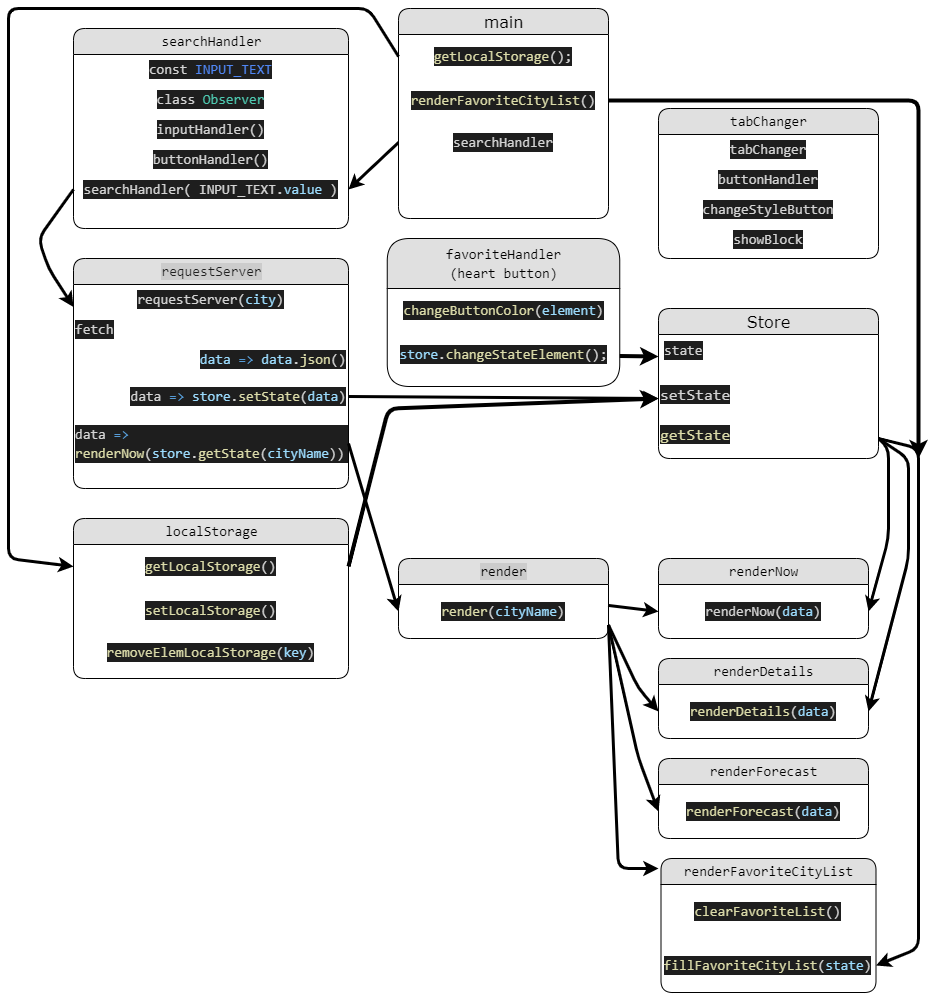
The draw.io diagram diagram.png in yrgenius/Strada.weather, before a commit. Source tidied: cells renumbered, new cells last; positions are measured from the earlier drawing's top-left corner, leaving out a move shared by most shapes.
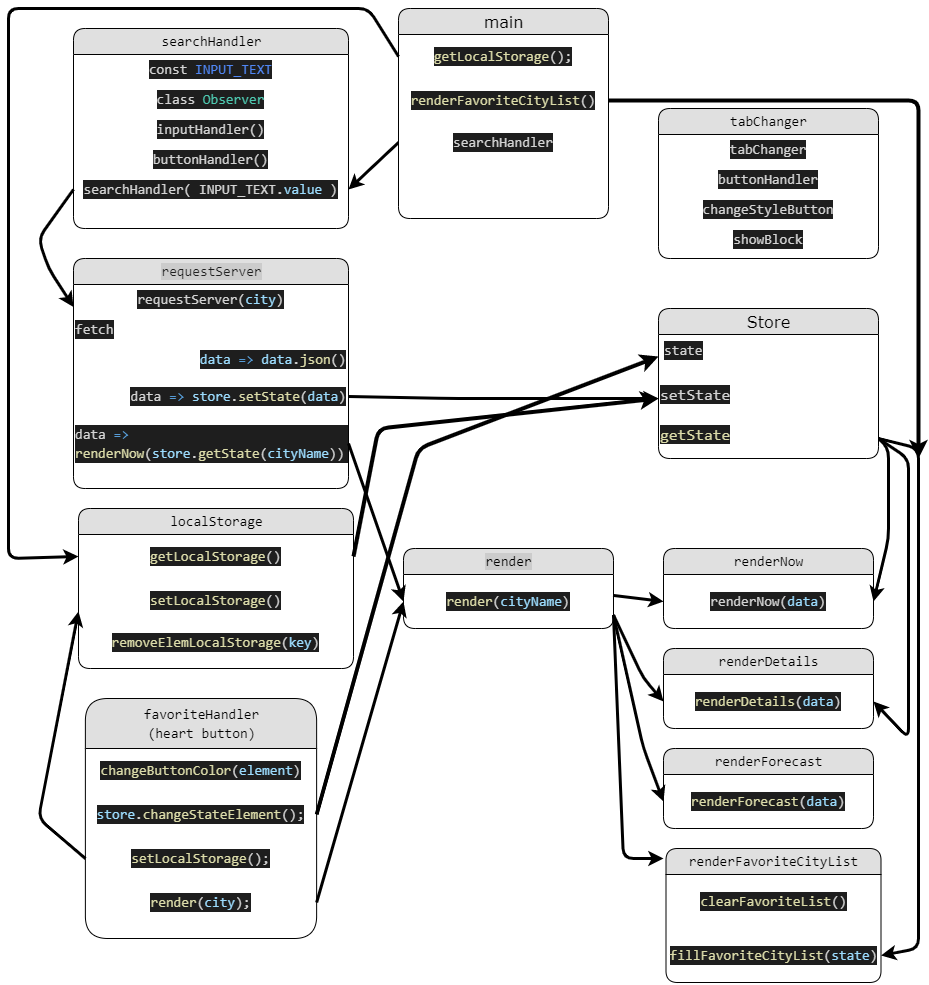
The same file after the commit.

What changed in the source:
```diff
@@ -54,7 +54,7 @@
       <mxGeometry y="160" width="275" height="50" as="geometry" />
     </mxCell>
     <mxCell id="19" value="&lt;div style=&quot;font-family: Consolas, &amp;quot;Courier New&amp;quot;, monospace; font-size: 14px; line-height: 19px;&quot;&gt;&lt;span style=&quot;background-color: rgb(204, 204, 204);&quot;&gt;&lt;font color=&quot;#000000&quot;&gt;render&lt;/font&gt;&lt;/span&gt;&lt;/div&gt;" style="swimlane;html=1;fontStyle=0;horizontal=1;startSize=26;fillColor=#e0e0e0;swimlaneFillColor=#ffffff;align=center;rounded=1;shadow=0;comic=0;labelBackgroundColor=none;strokeWidth=1;fontFamily=Verdana;fontSize=12;" parent="1" vertex="1">
-      <mxGeometry x="390" y="550" width="210" height="80" as="geometry" />
+      <mxGeometry x="395" y="540" width="210" height="80" as="geometry" />
     </mxCell>
     <mxCell id="20" value="&lt;div style=&quot;color: rgb(212, 212, 212); background-color: rgb(30, 30, 30); font-family: Consolas, &amp;quot;Courier New&amp;quot;, monospace; font-size: 14px; line-height: 19px;&quot;&gt;&lt;div style=&quot;line-height: 19px;&quot;&gt;&lt;div style=&quot;line-height: 19px;&quot;&gt;&lt;span style=&quot;color: #dcdcaa;&quot;&gt;render&lt;/span&gt;(&lt;span style=&quot;color: #9cdcfe;&quot;&gt;cityName&lt;/span&gt;)&lt;/div&gt;&lt;/div&gt;&lt;/div&gt;" style="text;html=1;strokeColor=none;fillColor=none;align=center;verticalAlign=middle;whiteSpace=wrap;rounded=0;strokeWidth=4;" parent="19" vertex="1">
       <mxGeometry y="26" width="210" height="54" as="geometry" />
@@ -71,13 +71,17 @@
       </mxGeometry>
     </mxCell>
     <mxCell id="23" style="edgeStyle=none;html=1;exitX=1;exitY=0.5;exitDx=0;exitDy=0;strokeColor=#000000;strokeWidth=3;entryX=0;entryY=0.5;entryDx=0;entryDy=0;" parent="1" edge="1" source="17" target="35">
-      <mxGeometry relative="1" as="geometry" />
+      <mxGeometry relative="1" as="geometry">
+        <Array as="points">
+          <mxPoint x="440" y="390" />
+        </Array>
+      </mxGeometry>
     </mxCell>
     <mxCell id="24" style="edgeStyle=none;html=1;exitX=1;exitY=0.5;exitDx=0;exitDy=0;strokeColor=#000000;strokeWidth=3;entryX=0;entryY=0.5;entryDx=0;entryDy=0;" parent="1" edge="1" source="18" target="20">
       <mxGeometry relative="1" as="geometry" />
     </mxCell>
     <mxCell id="25" value="&lt;div style=&quot;font-family: Consolas, &amp;quot;Courier New&amp;quot;, monospace; font-size: 14px; line-height: 19px;&quot;&gt;&lt;font style=&quot;&quot; color=&quot;#000000&quot;&gt;renderNow&lt;/font&gt;&lt;/div&gt;" style="swimlane;html=1;fontStyle=0;horizontal=1;startSize=26;fillColor=#e0e0e0;swimlaneFillColor=#ffffff;align=center;rounded=1;shadow=0;comic=0;labelBackgroundColor=none;strokeWidth=1;fontFamily=Verdana;fontSize=12;" parent="1" vertex="1">
-      <mxGeometry x="650" y="550" width="210" height="80" as="geometry" />
+      <mxGeometry x="655" y="540" width="210" height="80" as="geometry" />
     </mxCell>
     <mxCell id="26" value="&lt;div style=&quot;color: rgb(212, 212, 212); background-color: rgb(30, 30, 30); font-family: Consolas, &amp;quot;Courier New&amp;quot;, monospace; font-size: 14px; line-height: 19px;&quot;&gt;&lt;div style=&quot;line-height: 19px;&quot;&gt;renderNow(&lt;span style=&quot;color: #9cdcfe;&quot;&gt;data&lt;/span&gt;)&lt;/div&gt;&lt;/div&gt;" style="text;html=1;strokeColor=none;fillColor=none;align=center;verticalAlign=middle;whiteSpace=wrap;rounded=0;strokeWidth=4;" parent="25" vertex="1">
       <mxGeometry y="26" width="210" height="54" as="geometry" />
@@ -86,7 +90,7 @@
       <mxGeometry relative="1" as="geometry" />
     </mxCell>
     <mxCell id="28" value="&lt;div style=&quot;font-family: Consolas, &amp;quot;Courier New&amp;quot;, monospace; font-size: 14px; line-height: 19px;&quot;&gt;&lt;div style=&quot;line-height: 19px;&quot;&gt;&lt;font style=&quot;&quot; color=&quot;#000000&quot;&gt;renderDetails&lt;/font&gt;&lt;/div&gt;&lt;/div&gt;" style="swimlane;html=1;fontStyle=0;horizontal=1;startSize=26;fillColor=#e0e0e0;swimlaneFillColor=#ffffff;align=center;rounded=1;shadow=0;comic=0;labelBackgroundColor=none;strokeWidth=1;fontFamily=Verdana;fontSize=12;" parent="1" vertex="1">
-      <mxGeometry x="650" y="650" width="210" height="80" as="geometry" />
+      <mxGeometry x="655" y="640" width="210" height="80" as="geometry" />
     </mxCell>
     <mxCell id="29" value="&lt;div style=&quot;color: rgb(212, 212, 212); background-color: rgb(30, 30, 30); font-family: Consolas, &amp;quot;Courier New&amp;quot;, monospace; font-size: 14px; line-height: 19px;&quot;&gt;&lt;div style=&quot;line-height: 19px;&quot;&gt;&lt;div style=&quot;line-height: 19px;&quot;&gt;&lt;div style=&quot;line-height: 19px;&quot;&gt;&lt;span style=&quot;color: #dcdcaa;&quot;&gt;renderDetails&lt;/span&gt;(&lt;span style=&quot;color: #9cdcfe;&quot;&gt;data&lt;/span&gt;)&lt;/div&gt;&lt;/div&gt;&lt;/div&gt;&lt;/div&gt;" style="text;html=1;strokeColor=none;fillColor=none;align=center;verticalAlign=middle;whiteSpace=wrap;rounded=0;strokeWidth=4;" parent="28" vertex="1">
       <mxGeometry y="26" width="210" height="54" as="geometry" />
@@ -94,7 +98,7 @@
     <mxCell id="30" style="edgeStyle=none;html=1;exitX=1;exitY=0.75;exitDx=0;exitDy=0;entryX=0;entryY=0.5;entryDx=0;entryDy=0;strokeColor=#000000;strokeWidth=3;" parent="1" edge="1" source="20" target="29">
       <mxGeometry relative="1" as="geometry">
         <Array as="points">
-          <mxPoint x="630" y="680" />
+          <mxPoint x="635" y="670" />
         </Array>
       </mxGeometry>
     </mxCell>
@@ -110,7 +114,7 @@
       <mxGeometry relative="1" as="geometry">
         <Array as="points">
           <mxPoint x="900" y="450" />
-          <mxPoint x="900" y="550" />
+          <mxPoint x="900" y="730" />
         </Array>
       </mxGeometry>
     </mxCell>
@@ -139,7 +143,7 @@
       <mxGeometry y="114" width="210" height="40" as="geometry" />
     </mxCell>
     <mxCell id="41" value="&lt;div style=&quot;font-family: Consolas, &amp;quot;Courier New&amp;quot;, monospace; font-size: 14px; line-height: 19px;&quot;&gt;&lt;font color=&quot;#000000&quot;&gt;localStorage&lt;/font&gt;&lt;/div&gt;" style="swimlane;html=1;fontStyle=0;horizontal=1;startSize=26;fillColor=#e0e0e0;swimlaneFillColor=#ffffff;align=center;rounded=1;shadow=0;comic=0;labelBackgroundColor=none;strokeWidth=1;fontFamily=Verdana;fontSize=12;" parent="1" vertex="1">
-      <mxGeometry x="65" y="510" width="275" height="160" as="geometry" />
+      <mxGeometry x="70" y="500" width="275" height="160" as="geometry" />
     </mxCell>
     <mxCell id="42" value="&lt;div style=&quot;color: rgb(212, 212, 212); background-color: rgb(30, 30, 30); font-family: Consolas, &amp;quot;Courier New&amp;quot;, monospace; font-size: 14px; line-height: 19px;&quot;&gt;&lt;div style=&quot;line-height: 19px;&quot;&gt;&lt;div style=&quot;line-height: 19px;&quot;&gt;&lt;div style=&quot;line-height: 19px;&quot;&gt;&lt;span style=&quot;color: #dcdcaa;&quot;&gt;getLocalStorage&lt;/span&gt;()&lt;/div&gt;&lt;/div&gt;&lt;/div&gt;&lt;/div&gt;" style="text;html=1;strokeColor=none;fillColor=none;align=center;verticalAlign=middle;whiteSpace=wrap;rounded=0;strokeWidth=4;" parent="41" vertex="1">
       <mxGeometry y="26" width="275" height="44" as="geometry" />
@@ -160,7 +164,7 @@
       </mxGeometry>
     </mxCell>
     <mxCell id="46" value="&lt;div style=&quot;font-family: Consolas, &amp;quot;Courier New&amp;quot;, monospace; font-size: 14px; line-height: 19px;&quot;&gt;&lt;div style=&quot;line-height: 19px;&quot;&gt;&lt;div style=&quot;line-height: 19px;&quot;&gt;&lt;font color=&quot;#000000&quot;&gt;renderFavoriteCityList&lt;/font&gt;&lt;/div&gt;&lt;/div&gt;&lt;/div&gt;" style="swimlane;html=1;fontStyle=0;horizontal=1;startSize=26;fillColor=#e0e0e0;swimlaneFillColor=#ffffff;align=center;rounded=1;shadow=0;comic=0;labelBackgroundColor=none;strokeWidth=1;fontFamily=Verdana;fontSize=12;" parent="1" vertex="1">
-      <mxGeometry x="652.5" y="850" width="215" height="134" as="geometry" />
+      <mxGeometry x="657.5" y="840" width="215" height="134" as="geometry" />
     </mxCell>
     <mxCell id="47" value="&lt;div style=&quot;color: rgb(212, 212, 212); background-color: rgb(30, 30, 30); font-family: Consolas, &amp;quot;Courier New&amp;quot;, monospace; font-size: 14px; line-height: 19px;&quot;&gt;&lt;div style=&quot;line-height: 19px;&quot;&gt;&lt;div style=&quot;line-height: 19px;&quot;&gt;&lt;div style=&quot;line-height: 19px;&quot;&gt;&lt;div style=&quot;line-height: 19px;&quot;&gt;&lt;span style=&quot;color: #dcdcaa;&quot;&gt;clearFavoriteList&lt;/span&gt;()&lt;/div&gt;&lt;/div&gt;&lt;/div&gt;&lt;/div&gt;&lt;/div&gt;" style="text;html=1;strokeColor=none;fillColor=none;align=center;verticalAlign=middle;whiteSpace=wrap;rounded=0;strokeWidth=4;" parent="46" vertex="1">
       <mxGeometry y="26" width="215" height="54" as="geometry" />
@@ -170,9 +174,9 @@
     </mxCell>
     <mxCell id="49" style="edgeStyle=none;html=1;exitX=1;exitY=0.75;exitDx=0;exitDy=0;strokeColor=#000000;strokeWidth=3;" parent="1" edge="1" source="20">
       <mxGeometry relative="1" as="geometry">
-        <mxPoint x="650" y="860" as="targetPoint" />
+        <mxPoint x="655" y="850" as="targetPoint" />
         <Array as="points">
-          <mxPoint x="610" y="860" />
+          <mxPoint x="615" y="850" />
         </Array>
       </mxGeometry>
     </mxCell>
@@ -193,7 +197,7 @@
       </mxGeometry>
     </mxCell>
     <mxCell id="52" value="&lt;div style=&quot;font-family: Consolas, &amp;quot;Courier New&amp;quot;, monospace; font-size: 14px; line-height: 19px;&quot;&gt;&lt;div style=&quot;line-height: 19px;&quot;&gt;&lt;font style=&quot;&quot; color=&quot;#000000&quot;&gt;renderForecast&lt;/font&gt;&lt;/div&gt;&lt;/div&gt;" style="swimlane;html=1;fontStyle=0;horizontal=1;startSize=26;fillColor=#e0e0e0;swimlaneFillColor=#ffffff;align=center;rounded=1;shadow=0;comic=0;labelBackgroundColor=none;strokeWidth=1;fontFamily=Verdana;fontSize=12;" parent="1" vertex="1">
-      <mxGeometry x="650" y="750" width="210" height="80" as="geometry" />
+      <mxGeometry x="655" y="740" width="210" height="80" as="geometry" />
     </mxCell>
     <mxCell id="53" value="&lt;div style=&quot;color: rgb(212, 212, 212); background-color: rgb(30, 30, 30); font-family: Consolas, &amp;quot;Courier New&amp;quot;, monospace; font-size: 14px; line-height: 19px;&quot;&gt;&lt;div style=&quot;line-height: 19px;&quot;&gt;&lt;div style=&quot;line-height: 19px;&quot;&gt;&lt;div style=&quot;line-height: 19px;&quot;&gt;&lt;span style=&quot;color: #dcdcaa;&quot;&gt;renderForecast&lt;/span&gt;(&lt;span style=&quot;color: #9cdcfe;&quot;&gt;data&lt;/span&gt;)&lt;/div&gt;&lt;/div&gt;&lt;/div&gt;&lt;/div&gt;" style="text;html=1;strokeColor=none;fillColor=none;align=center;verticalAlign=middle;whiteSpace=wrap;rounded=0;strokeWidth=4;" parent="52" vertex="1">
       <mxGeometry y="26" width="210" height="54" as="geometry" />
@@ -201,28 +205,48 @@
     <mxCell id="54" style="edgeStyle=none;html=1;exitX=1;exitY=0.75;exitDx=0;exitDy=0;entryX=0;entryY=0.5;entryDx=0;entryDy=0;strokeColor=#000000;strokeWidth=3;" parent="1" edge="1" source="20" target="53">
       <mxGeometry relative="1" as="geometry">
         <Array as="points">
-          <mxPoint x="630" y="750" />
+          <mxPoint x="635" y="740" />
         </Array>
       </mxGeometry>
     </mxCell>
     <mxCell id="55" value="&lt;div style=&quot;font-family: Consolas, &amp;quot;Courier New&amp;quot;, monospace; font-size: 14px; line-height: 19px;&quot;&gt;&lt;div style=&quot;line-height: 19px;&quot;&gt;&lt;font color=&quot;#000000&quot;&gt;favoriteHandler&lt;/font&gt;&lt;/div&gt;&lt;div style=&quot;line-height: 19px;&quot;&gt;&lt;font color=&quot;#000000&quot;&gt;(heart button)&lt;/font&gt;&lt;/div&gt;&lt;/div&gt;" style="swimlane;html=1;fontStyle=0;horizontal=1;startSize=50;fillColor=#e0e0e0;swimlaneFillColor=#ffffff;align=center;rounded=1;shadow=0;comic=0;labelBackgroundColor=none;strokeWidth=1;fontFamily=Verdana;fontSize=12;" parent="1" vertex="1">
-      <mxGeometry x="378.8" y="230" width="232.5" height="148" as="geometry" />
+      <mxGeometry x="76.9" y="690" width="231.2" height="240" as="geometry" />
     </mxCell>
     <mxCell id="56" value="&lt;div style=&quot;color: rgb(212, 212, 212); background-color: rgb(30, 30, 30); font-family: Consolas, &amp;quot;Courier New&amp;quot;, monospace; font-size: 14px; line-height: 19px;&quot;&gt;&lt;div style=&quot;line-height: 19px;&quot;&gt;&lt;div style=&quot;line-height: 19px;&quot;&gt;&lt;div style=&quot;line-height: 19px;&quot;&gt;&lt;div style=&quot;line-height: 19px;&quot;&gt;&lt;div style=&quot;line-height: 19px;&quot;&gt;&lt;span style=&quot;color: #dcdcaa;&quot;&gt;changeButtonColor&lt;/span&gt;(&lt;span style=&quot;color: #9cdcfe;&quot;&gt;element&lt;/span&gt;)&lt;/div&gt;&lt;/div&gt;&lt;/div&gt;&lt;/div&gt;&lt;/div&gt;&lt;/div&gt;" style="text;html=1;strokeColor=none;fillColor=none;align=center;verticalAlign=middle;whiteSpace=wrap;rounded=0;strokeWidth=4;" parent="55" vertex="1">
-      <mxGeometry y="50" width="232.5" height="44" as="geometry" />
+      <mxGeometry y="50" width="231.2" height="44" as="geometry" />
     </mxCell>
     <mxCell id="57" value="&lt;div style=&quot;color: rgb(212, 212, 212); background-color: rgb(30, 30, 30); font-family: Consolas, &amp;quot;Courier New&amp;quot;, monospace; font-size: 14px; line-height: 19px;&quot;&gt;&lt;div style=&quot;line-height: 19px;&quot;&gt;&lt;div style=&quot;line-height: 19px;&quot;&gt;&lt;span style=&quot;color: #9cdcfe;&quot;&gt;store&lt;/span&gt;.&lt;span style=&quot;color: #dcdcaa;&quot;&gt;changeStateElement&lt;/span&gt;();&lt;/div&gt;&lt;/div&gt;&lt;/div&gt;" style="text;html=1;strokeColor=none;fillColor=none;align=center;verticalAlign=middle;whiteSpace=wrap;rounded=0;strokeWidth=4;" parent="55" vertex="1">
-      <mxGeometry y="94" width="232.5" height="44" as="geometry" />
+      <mxGeometry y="94" width="231.2" height="44" as="geometry" />
     </mxCell>
+    <mxCell id="60" value="&lt;div style=&quot;color: rgb(212, 212, 212); background-color: rgb(30, 30, 30); font-family: Consolas, &amp;quot;Courier New&amp;quot;, monospace; font-size: 14px; line-height: 19px;&quot;&gt;&lt;div style=&quot;line-height: 19px;&quot;&gt;&lt;div style=&quot;line-height: 19px;&quot;&gt;&lt;div style=&quot;line-height: 19px;&quot;&gt;&lt;div style=&quot;line-height: 19px;&quot;&gt;&lt;div style=&quot;line-height: 19px;&quot;&gt;&lt;span style=&quot;color: #dcdcaa;&quot;&gt;setLocalStorage&lt;/span&gt;();&lt;/div&gt;&lt;/div&gt;&lt;/div&gt;&lt;/div&gt;&lt;/div&gt;&lt;/div&gt;" style="text;html=1;strokeColor=none;fillColor=none;align=center;verticalAlign=middle;whiteSpace=wrap;rounded=0;strokeWidth=4;" parent="55" vertex="1">
+      <mxGeometry y="138" width="231.2" height="44" as="geometry" />
+    </mxCell>
+    <mxCell id="61" value="&lt;div style=&quot;color: rgb(212, 212, 212); background-color: rgb(30, 30, 30); font-family: Consolas, &amp;quot;Courier New&amp;quot;, monospace; font-size: 14px; line-height: 19px;&quot;&gt;&lt;div style=&quot;line-height: 19px;&quot;&gt;&lt;div style=&quot;line-height: 19px;&quot;&gt;&lt;div style=&quot;line-height: 19px;&quot;&gt;&lt;span style=&quot;color: #dcdcaa;&quot;&gt;render&lt;/span&gt;(&lt;span style=&quot;color: #9cdcfe;&quot;&gt;city&lt;/span&gt;);&lt;/div&gt;&lt;/div&gt;&lt;/div&gt;&lt;/div&gt;" style="text;html=1;strokeColor=none;fillColor=none;align=center;verticalAlign=middle;whiteSpace=wrap;rounded=0;strokeWidth=4;" parent="55" vertex="1">
+      <mxGeometry y="182" width="231.2" height="44" as="geometry" />
+    </mxCell>
-    <mxCell id="58" style="edgeStyle=none;html=1;entryX=0;entryY=0.5;entryDx=0;entryDy=0;strokeColor=#000000;strokeWidth=4;fontColor=#000000;" parent="1" edge="1" source="57" target="34">
-      <mxGeometry relative="1" as="geometry" />
+    <mxCell id="58" style="edgeStyle=none;html=1;entryX=0;entryY=0.5;entryDx=0;entryDy=0;strokeColor=#000000;strokeWidth=4;fontColor=#000000;exitX=1;exitY=0.5;exitDx=0;exitDy=0;" parent="1" edge="1" source="57" target="34">
+      <mxGeometry relative="1" as="geometry">
+        <Array as="points">
+          <mxPoint x="410" y="440" />
+        </Array>
+      </mxGeometry>
     </mxCell>
     <mxCell id="59" style="edgeStyle=none;html=1;exitX=1;exitY=0.5;exitDx=0;exitDy=0;entryX=0;entryY=0.5;entryDx=0;entryDy=0;strokeWidth=4;strokeColor=#000000;" parent="1" edge="1" source="42" target="35">
       <mxGeometry relative="1" as="geometry">
         <Array as="points">
-          <mxPoint x="380" y="400" />
+          <mxPoint x="370" y="420" />
         </Array>
       </mxGeometry>
     </mxCell>
+    <mxCell id="62" style="edgeStyle=none;html=1;entryX=0;entryY=0.5;entryDx=0;entryDy=0;strokeColor=#000000;strokeWidth=3;exitX=1;exitY=0.5;exitDx=0;exitDy=0;" parent="1" edge="1" source="61" target="20">
+      <mxGeometry relative="1" as="geometry" />
+    </mxCell>
+    <mxCell id="63" style="edgeStyle=none;html=1;entryX=0;entryY=0.75;entryDx=0;entryDy=0;strokeColor=#000000;strokeWidth=3;exitX=0;exitY=0.5;exitDx=0;exitDy=0;" parent="1" edge="1" source="60" target="43">
+      <mxGeometry relative="1" as="geometry">
+        <Array as="points">
+          <mxPoint x="30" y="810" />
+        </Array>
+      </mxGeometry>
+    </mxCell>
   </root>
 </mxGraphModel>
```
